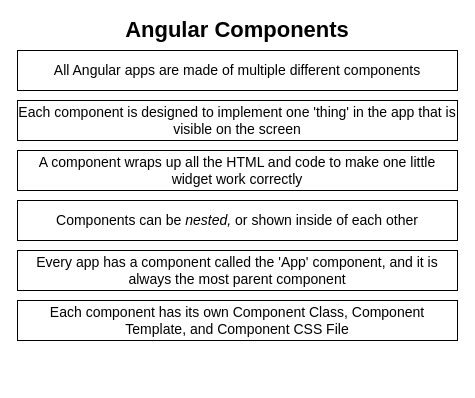
StephenGrider/ng-casts keeps this draw.io diagram as page "13 - comp" (10 of 17) of diagrams/cards/diagrams.drawio. Above is the earlier version. Source tidied: cells renumbered, new cells numbered last; positions are measured from the earlier drawing's top-left corner, leaving out a move shared by most shapes. Both pictures are drawn from the tidied source at 100%, with x=0, y=0 at pixel (17, 20).
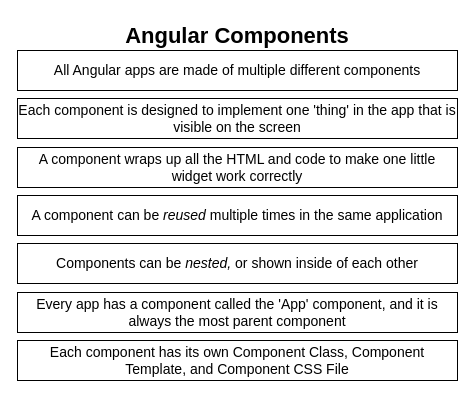
The same diagram, later.

What changed in the source:
```diff
@@
 <mxGraphModel>
   <root>
     <mxCell id="0" />
     <mxCell id="1" parent="0" />
     <mxCell id="2" value="Angular Components" style="text;html=1;strokeColor=none;fillColor=none;align=center;verticalAlign=middle;whiteSpace=wrap;rounded=0;shadow=0;fontSize=22;fontStyle=1;" parent="1" vertex="1">
-      <mxGeometry x="60" width="320" height="20" as="geometry" />
+      <mxGeometry x="60" y="6" width="320" height="20" as="geometry" />
     </mxCell>
     <mxCell id="3" value="All Angular apps are made of multiple different components" style="rounded=0;whiteSpace=wrap;html=1;shadow=0;fontSize=14;align=center;" parent="1" vertex="1">
       <mxGeometry y="30" width="440" height="40" as="geometry" />
     </mxCell>
     <mxCell id="4" value="Each component is designed to implement one 'thing' in the app that is visible on the screen" style="rounded=0;whiteSpace=wrap;html=1;shadow=0;fontSize=14;align=center;" parent="1" vertex="1">
-      <mxGeometry y="80" width="440" height="40" as="geometry" />
+      <mxGeometry y="78" width="440" height="40" as="geometry" />
     </mxCell>
     <mxCell id="5" value="Each component has its own Component Class, Component Template, and Component CSS File" style="rounded=0;whiteSpace=wrap;html=1;shadow=0;fontSize=14;align=center;" parent="1" vertex="1">
-      <mxGeometry y="280" width="440" height="40" as="geometry" />
+      <mxGeometry y="320" width="440" height="40" as="geometry" />
     </mxCell>
     <mxCell id="6" value="Components can be &lt;i&gt;nested, &lt;/i&gt;or shown inside of each other" style="rounded=0;whiteSpace=wrap;html=1;shadow=0;fontSize=14;align=center;" parent="1" vertex="1">
-      <mxGeometry y="180" width="440" height="40" as="geometry" />
+      <mxGeometry y="223" width="440" height="40" as="geometry" />
     </mxCell>
     <mxCell id="7" value="Every app has a component called the 'App' component, and it is always the most parent component" style="rounded=0;whiteSpace=wrap;html=1;shadow=0;fontSize=14;align=center;" parent="1" vertex="1">
-      <mxGeometry y="230" width="440" height="40" as="geometry" />
+      <mxGeometry y="272" width="440" height="40" as="geometry" />
     </mxCell>
     <mxCell id="8" value="A component wraps up all the HTML and code to make one little widget work correctly" style="rounded=0;whiteSpace=wrap;html=1;shadow=0;fontSize=14;align=center;" parent="1" vertex="1">
-      <mxGeometry y="130" width="440" height="40" as="geometry" />
+      <mxGeometry y="127" width="440" height="40" as="geometry" />
     </mxCell>
+    <mxCell id="9" value="A component can be &lt;i&gt;reused&lt;/i&gt;&amp;nbsp;multiple times in the same application" style="rounded=0;whiteSpace=wrap;html=1;shadow=0;fontSize=14;align=center;" parent="1" vertex="1">
+      <mxGeometry y="175" width="440" height="40" as="geometry" />
+    </mxCell>
   </root>
 </mxGraphModel>
```
